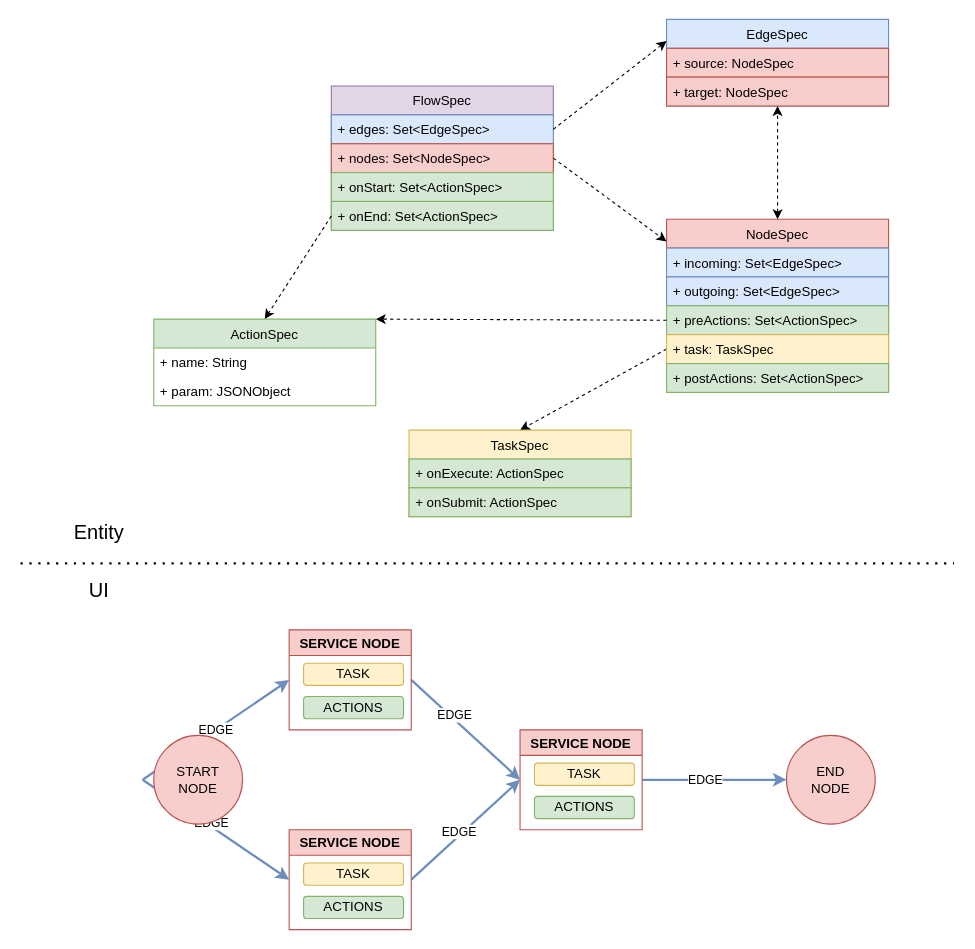
The draw.io diagram page "flow" (4 of 4) of doc/design.drawio in neason-cn/JFlow, before the edit. Source tidied: cells renumbered, new cells numbered last; positions are measured from the earlier drawing's top-left corner, leaving out a move shared by most shapes. Both pictures are drawn from the tidied source at 111%, with x=0, y=0 at pixel (20, 19).
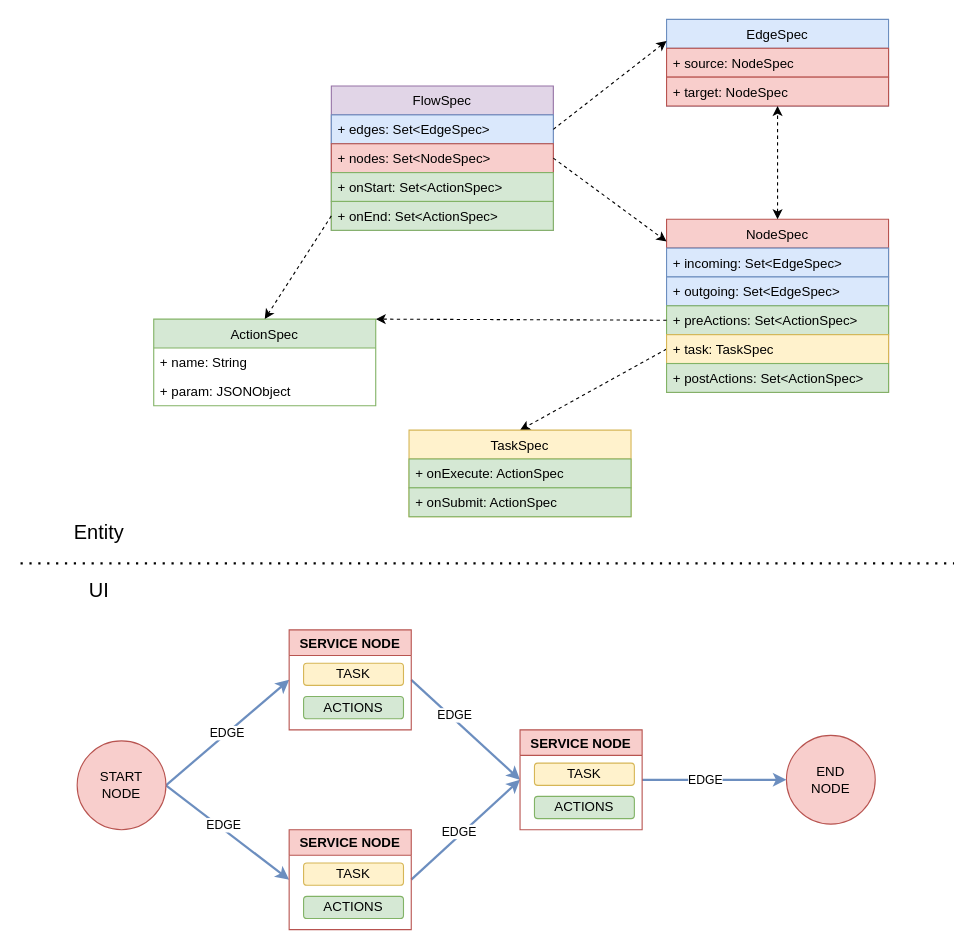
The same page after the edit.

Unchanged cells that the change refers to:
```xml
<mxCell id="35" value="SERVICE NODE" style="swimlane;fillColor=#f8cecc;strokeColor=#b85450;" parent="1" vertex="1">
  <mxGeometry x="242" y="550" width="110" height="90" as="geometry" />
</mxCell>
<mxCell id="40" value="SERVICE NODE" style="swimlane;fillColor=#f8cecc;strokeColor=#b85450;" parent="1" vertex="1">
  <mxGeometry x="242" y="730" width="110" height="90" as="geometry" />
</mxCell>
```

The edit, as a diff of the source:
```diff
@@
-    <mxCell id="28" value="EDGE" style="edgeStyle=none;rounded=0;jettySize=auto;html=1;exitX=1;exitY=0.5;exitDx=0;exitDy=0;entryX=0;entryY=0.5;entryDx=0;entryDy=0;fillColor=#dae8fc;strokeColor=#6c8ebf;strokeWidth=2;" parent="1" edge="1" target="35">
-      <mxGeometry relative="1" as="geometry">
-        <mxPoint x="110" y="685" as="sourcePoint" />
-      </mxGeometry>
+    <mxCell id="28" value="EDGE" style="edgeStyle=none;rounded=0;jettySize=auto;html=1;exitX=1;exitY=0.5;exitDx=0;exitDy=0;entryX=0;entryY=0.5;entryDx=0;entryDy=0;fillColor=#dae8fc;strokeColor=#6c8ebf;strokeWidth=2;" parent="1" edge="1" source="31" target="35">
+      <mxGeometry relative="1" as="geometry" />
     </mxCell>
-    <mxCell id="29" style="edgeStyle=none;rounded=0;jettySize=auto;html=1;exitX=1;exitY=0.5;exitDx=0;exitDy=0;entryX=0;entryY=0.5;entryDx=0;entryDy=0;fillColor=#dae8fc;strokeColor=#6c8ebf;strokeWidth=2;" parent="1" edge="1" target="40">
-      <mxGeometry relative="1" as="geometry">
-        <mxPoint x="110" y="685" as="sourcePoint" />
-      </mxGeometry>
+    <mxCell id="29" style="edgeStyle=none;rounded=0;jettySize=auto;html=1;exitX=1;exitY=0.5;exitDx=0;exitDy=0;entryX=0;entryY=0.5;entryDx=0;entryDy=0;fillColor=#dae8fc;strokeColor=#6c8ebf;strokeWidth=2;" parent="1" edge="1" source="31" target="40">
+      <mxGeometry relative="1" as="geometry" />
     </mxCell>
@@
     <mxCell id="31" value="START&lt;br&gt;NODE" style="ellipse;whiteSpace=wrap;html=1;fillColor=#f8cecc;strokeColor=#b85450;" parent="1" vertex="1">
-      <mxGeometry x="120" y="645" width="80" height="80" as="geometry" />
+      <mxGeometry x="51" y="650" width="80" height="80" as="geometry" />
     </mxCell>
```
